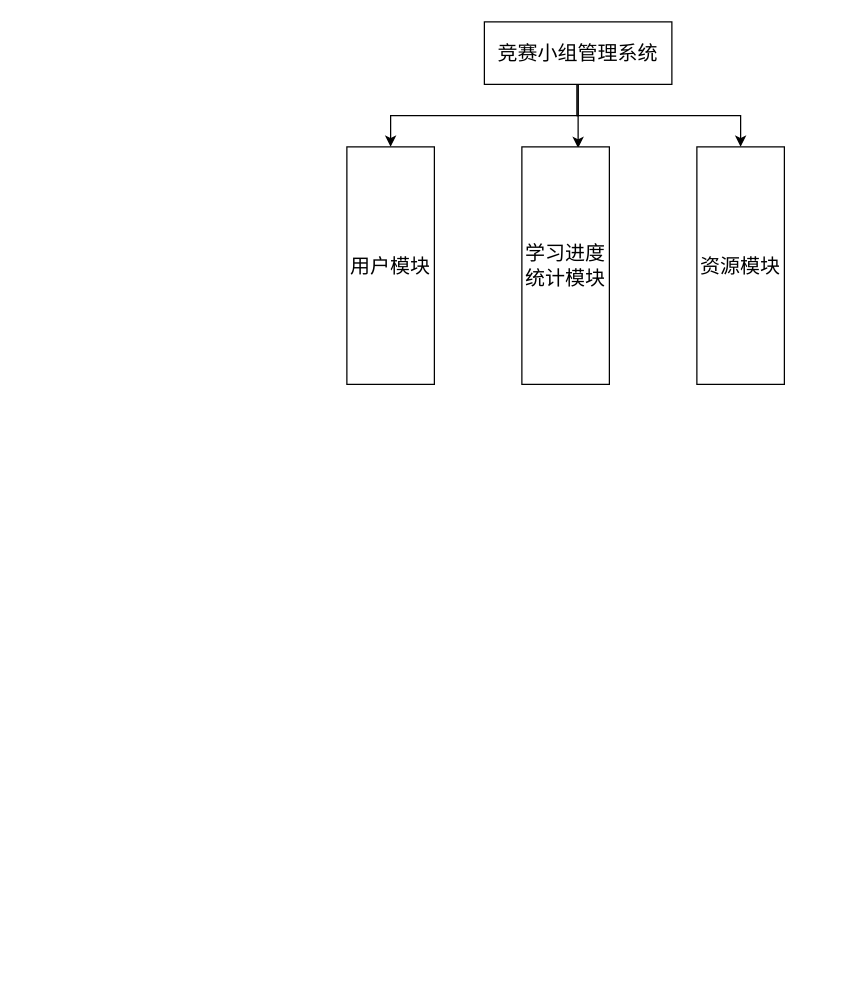
woshilmx/drawio keeps this draw.io diagram as 竞赛小组管理.drawio. Above is the earlier version. Source tidied: cells renumbered, new cells numbered last; positions are measured from the earlier drawing's top-left corner, leaving out a move shared by most shapes. Both pictures are drawn from the tidied source at 125%, with x=0, y=0 at pixel (346, 21).
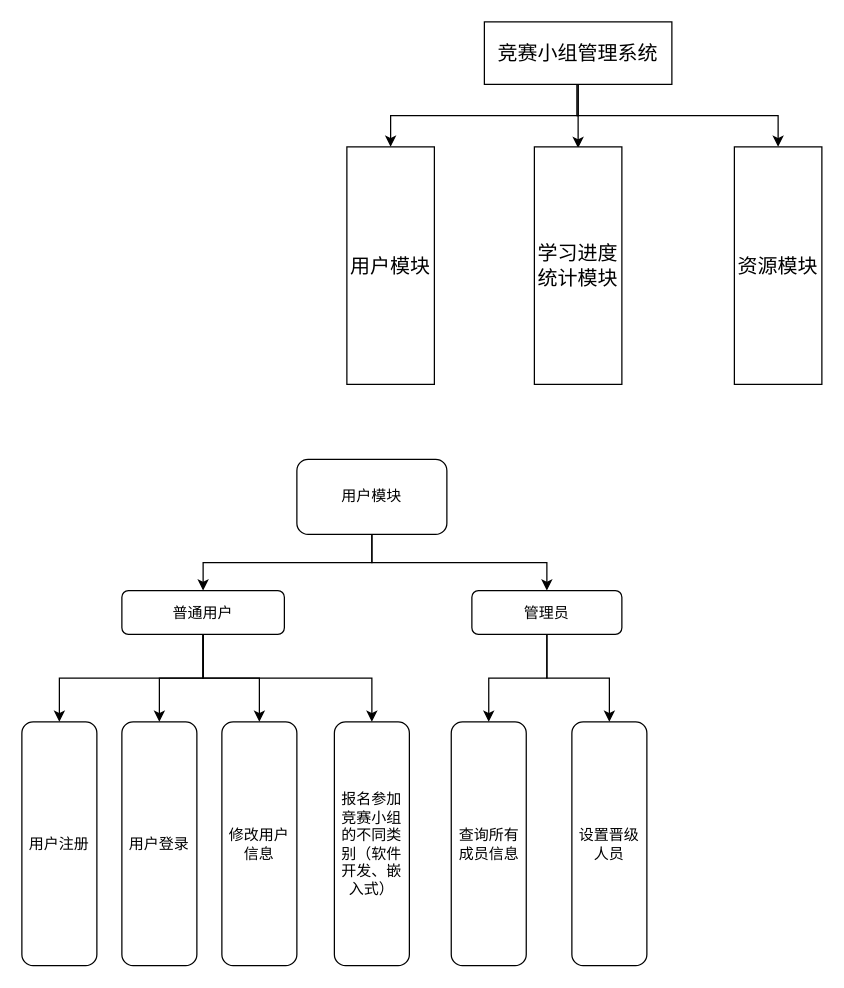
The same diagram, later.

Commit message (it also covers changes not shown here):
更新竞赛小组管理.drawio

Diff of the diagram source:
```diff
@@
     <mxCell id="7" value="学习进度统计模块" style="rounded=0;whiteSpace=wrap;html=1;fontSize=16;" parent="1" vertex="1">
-      <mxGeometry x="140" y="100" width="70" height="190" as="geometry" />
+      <mxGeometry x="150" y="100" width="70" height="190" as="geometry" />
     </mxCell>
     <mxCell id="8" value="资源模块" style="rounded=0;whiteSpace=wrap;html=1;fontSize=16;" parent="1" vertex="1">
-      <mxGeometry x="280" y="100" width="70" height="190" as="geometry" />
+      <mxGeometry x="310" y="100" width="70" height="190" as="geometry" />
     </mxCell>
+    <mxCell id="9" style="edgeStyle=orthogonalEdgeStyle;rounded=0;jettySize=auto;html=1;exitX=0.5;exitY=1;exitDx=0;exitDy=0;entryX=0.5;entryY=0;entryDx=0;entryDy=0;" parent="1" edge="1" source="11" target="22">
+      <mxGeometry relative="1" as="geometry" />
+    </mxCell>
+    <mxCell id="10" style="edgeStyle=orthogonalEdgeStyle;rounded=0;jettySize=auto;html=1;exitX=0.5;exitY=1;exitDx=0;exitDy=0;" parent="1" edge="1" source="11" target="25">
+      <mxGeometry relative="1" as="geometry" />
+    </mxCell>
+    <mxCell id="11" value="用户模块" style="rounded=1;whiteSpace=wrap;html=1;" parent="1" vertex="1">
+      <mxGeometry x="-40" y="350" width="120" height="60" as="geometry" />
+    </mxCell>
+    <mxCell id="12" value="查询所有成员信息" style="rounded=1;whiteSpace=wrap;html=1;" parent="1" vertex="1">
+      <mxGeometry x="83.5" y="560" width="60" height="195" as="geometry" />
+    </mxCell>
+    <mxCell id="13" value="设置晋级人员" style="rounded=1;whiteSpace=wrap;html=1;" parent="1" vertex="1">
+      <mxGeometry x="180" y="560" width="60" height="195" as="geometry" />
+    </mxCell>
+    <mxCell id="14" value="用户注册" style="rounded=1;whiteSpace=wrap;html=1;" parent="1" vertex="1">
+      <mxGeometry x="-260" y="560" width="60" height="195" as="geometry" />
+    </mxCell>
+    <mxCell id="15" value="用户登录" style="rounded=1;whiteSpace=wrap;html=1;" parent="1" vertex="1">
+      <mxGeometry x="-180" y="560" width="60" height="195" as="geometry" />
+    </mxCell>
+    <mxCell id="16" value="修改用户信息" style="rounded=1;whiteSpace=wrap;html=1;" parent="1" vertex="1">
+      <mxGeometry x="-100" y="560" width="60" height="195" as="geometry" />
+    </mxCell>
+    <mxCell id="17" value="报名参加竞赛小组的不同类别（软件开发、嵌入式）" style="rounded=1;whiteSpace=wrap;html=1;" parent="1" vertex="1">
+      <mxGeometry x="-10" y="560" width="60" height="195" as="geometry" />
+    </mxCell>
+    <mxCell id="18" style="edgeStyle=orthogonalEdgeStyle;rounded=0;jettySize=auto;html=1;exitX=0.5;exitY=1;exitDx=0;exitDy=0;entryX=0.5;entryY=0;entryDx=0;entryDy=0;" parent="1" edge="1" source="22" target="14">
+      <mxGeometry relative="1" as="geometry" />
+    </mxCell>
+    <mxCell id="19" style="edgeStyle=orthogonalEdgeStyle;rounded=0;jettySize=auto;html=1;exitX=0.5;exitY=1;exitDx=0;exitDy=0;entryX=0.5;entryY=0;entryDx=0;entryDy=0;" parent="1" edge="1" source="22" target="15">
+      <mxGeometry relative="1" as="geometry" />
+    </mxCell>
+    <mxCell id="20" style="edgeStyle=orthogonalEdgeStyle;rounded=0;jettySize=auto;html=1;exitX=0.5;exitY=1;exitDx=0;exitDy=0;entryX=0.5;entryY=0;entryDx=0;entryDy=0;" parent="1" edge="1" source="22" target="16">
+      <mxGeometry relative="1" as="geometry" />
+    </mxCell>
+    <mxCell id="21" style="edgeStyle=orthogonalEdgeStyle;rounded=0;jettySize=auto;html=1;exitX=0.5;exitY=1;exitDx=0;exitDy=0;entryX=0.5;entryY=0;entryDx=0;entryDy=0;" parent="1" edge="1" source="22" target="17">
+      <mxGeometry relative="1" as="geometry" />
+    </mxCell>
+    <mxCell id="22" value="普通用户" style="rounded=1;whiteSpace=wrap;html=1;" parent="1" vertex="1">
+      <mxGeometry x="-180" y="455" width="130" height="35" as="geometry" />
+    </mxCell>
+    <mxCell id="23" style="edgeStyle=orthogonalEdgeStyle;rounded=0;jettySize=auto;html=1;exitX=0.5;exitY=1;exitDx=0;exitDy=0;entryX=0.5;entryY=0;entryDx=0;entryDy=0;" parent="1" edge="1" source="25" target="12">
+      <mxGeometry relative="1" as="geometry" />
+    </mxCell>
+    <mxCell id="24" style="edgeStyle=orthogonalEdgeStyle;rounded=0;jettySize=auto;html=1;exitX=0.5;exitY=1;exitDx=0;exitDy=0;entryX=0.5;entryY=0;entryDx=0;entryDy=0;" parent="1" edge="1" source="25" target="13">
+      <mxGeometry relative="1" as="geometry" />
+    </mxCell>
+    <mxCell id="25" value="管理员" style="rounded=1;whiteSpace=wrap;html=1;" parent="1" vertex="1">
+      <mxGeometry x="100" y="455" width="120" height="35" as="geometry" />
+    </mxCell>
```
